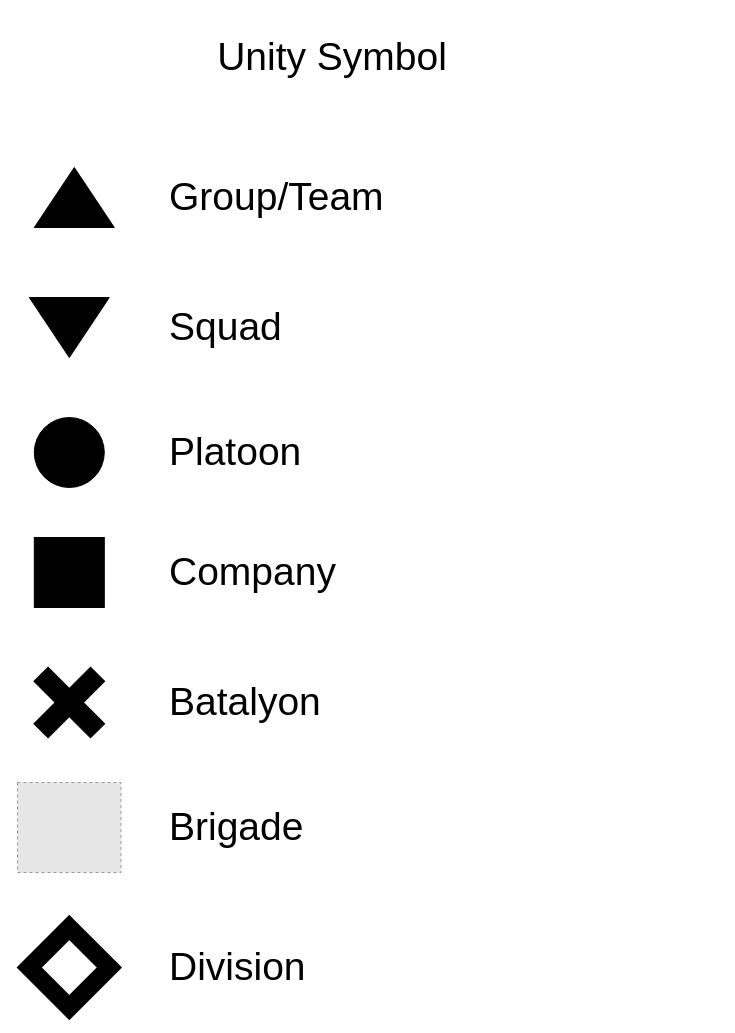
maulanaaghnii/propia keeps this draw.io diagram as Note Project Core/Unity Symbol.drawio. Above is the earlier version. Source tidied: cells renumbered, new cells numbered last; positions are measured from the earlier drawing's top-left corner, leaving out a move shared by most shapes. Both pictures are drawn from the tidied source at 100%, with x=0, y=0 at pixel (17, 17). Pictures stored in the file or linked from it are replaced by grey dashed boxes.
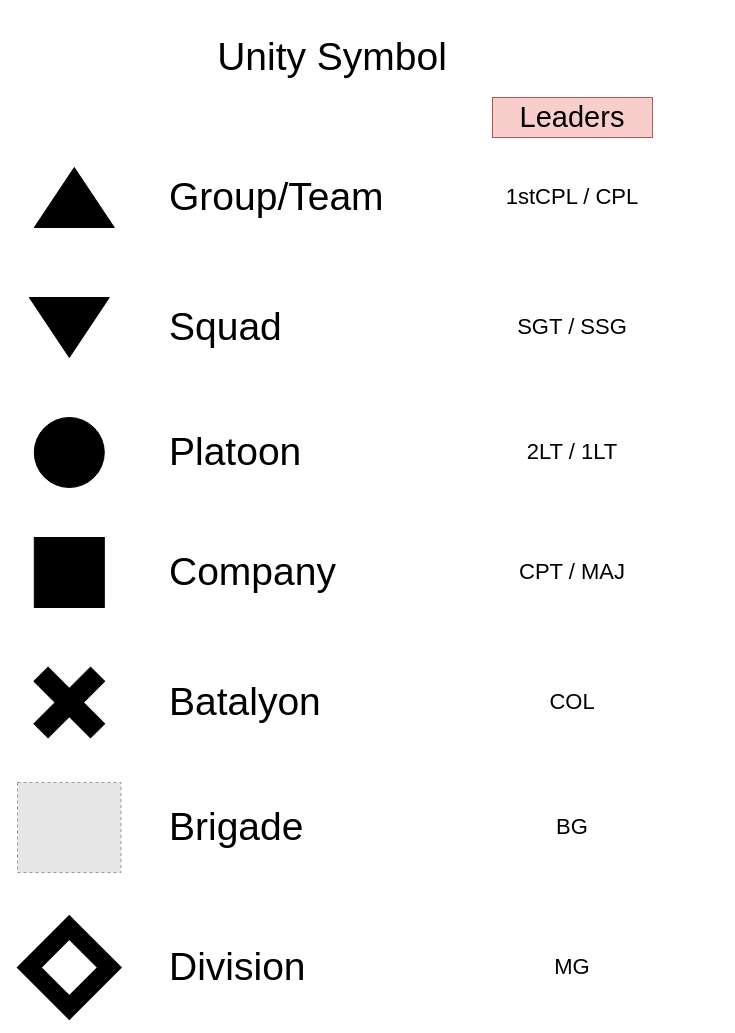
After the change.

Diff of the diagram source:
```diff
@@
     <mxCell id="11" value="&lt;span style=&quot;font-size: 39px&quot;&gt;Group/Team&lt;/span&gt;" style="text;html=1;strokeColor=none;fillColor=none;align=left;verticalAlign=middle;whiteSpace=wrap;rounded=0;" parent="1" vertex="1">
-      <mxGeometry x="150" y="140" width="400" height="80" as="geometry" />
+      <mxGeometry x="150" y="140" width="260" height="80" as="geometry" />
     </mxCell>
     <mxCell id="12" value="&lt;span style=&quot;font-size: 39px&quot;&gt;Squad&lt;/span&gt;" style="text;html=1;strokeColor=none;fillColor=none;align=left;verticalAlign=middle;whiteSpace=wrap;rounded=0;" parent="1" vertex="1">
-      <mxGeometry x="150" y="270" width="400" height="80" as="geometry" />
+      <mxGeometry x="150" y="270" width="260" height="80" as="geometry" />
     </mxCell>
     <mxCell id="13" value="&lt;span style=&quot;font-size: 39px&quot;&gt;Platoon&lt;/span&gt;" style="text;html=1;strokeColor=none;fillColor=none;align=left;verticalAlign=middle;whiteSpace=wrap;rounded=0;" parent="1" vertex="1">
-      <mxGeometry x="150" y="395" width="400" height="80" as="geometry" />
+      <mxGeometry x="150" y="395" width="260" height="80" as="geometry" />
     </mxCell>
     <mxCell id="14" value="&lt;span style=&quot;font-size: 39px&quot;&gt;Company&lt;/span&gt;" style="text;html=1;strokeColor=none;fillColor=none;align=left;verticalAlign=middle;whiteSpace=wrap;rounded=0;" parent="1" vertex="1">
-      <mxGeometry x="150" y="515" width="400" height="80" as="geometry" />
+      <mxGeometry x="150" y="515" width="260" height="80" as="geometry" />
     </mxCell>
     <mxCell id="15" value="&lt;span style=&quot;font-size: 39px&quot;&gt;Batalyon&lt;/span&gt;" style="text;html=1;strokeColor=none;fillColor=none;align=left;verticalAlign=middle;whiteSpace=wrap;rounded=0;" parent="1" vertex="1">
-      <mxGeometry x="150" y="645" width="400" height="80" as="geometry" />
+      <mxGeometry x="150" y="645" width="260" height="80" as="geometry" />
     </mxCell>
     <mxCell id="16" value="&lt;span style=&quot;font-size: 39px&quot;&gt;Division&lt;/span&gt;" style="text;html=1;strokeColor=none;fillColor=none;align=left;verticalAlign=middle;whiteSpace=wrap;rounded=0;" parent="1" vertex="1">
-      <mxGeometry x="150" y="910" width="400" height="80" as="geometry" />
+      <mxGeometry x="150" y="910" width="260" height="80" as="geometry" />
     </mxCell>
     <mxCell id="17" value="&lt;span style=&quot;font-size: 39px&quot;&gt;Brigade&lt;/span&gt;" style="text;html=1;strokeColor=none;fillColor=none;align=left;verticalAlign=middle;whiteSpace=wrap;rounded=0;" parent="1" vertex="1">
-      <mxGeometry x="150" y="770" width="400" height="80" as="geometry" />
+      <mxGeometry x="150" y="770" width="260" height="80" as="geometry" />
     </mxCell>
+    <mxCell id="18" value="&lt;font style=&quot;font-size: 29px&quot;&gt;Leaders&lt;/font&gt;" style="text;html=1;strokeColor=#b85450;fillColor=#f8cecc;align=center;verticalAlign=middle;whiteSpace=wrap;rounded=0;" parent="1" vertex="1">
+      <mxGeometry x="475" y="80" width="160" height="40" as="geometry" />
+    </mxCell>
+    <mxCell id="19" value="&lt;span style=&quot;font-size: 22px&quot;&gt;1stCPL / CPL&lt;/span&gt;" style="text;html=1;strokeColor=none;fillColor=none;align=center;verticalAlign=middle;whiteSpace=wrap;rounded=0;" parent="1" vertex="1">
+      <mxGeometry x="410" y="160" width="290" height="40" as="geometry" />
+    </mxCell>
+    <mxCell id="20" value="&lt;span style=&quot;font-size: 22px&quot;&gt;SGT / SSG&lt;/span&gt;" style="text;html=1;strokeColor=none;fillColor=none;align=center;verticalAlign=middle;whiteSpace=wrap;rounded=0;" parent="1" vertex="1">
+      <mxGeometry x="410" y="290" width="290" height="40" as="geometry" />
+    </mxCell>
+    <mxCell id="21" value="&lt;span style=&quot;font-size: 22px&quot;&gt;2LT / 1LT&lt;/span&gt;" style="text;html=1;strokeColor=none;fillColor=none;align=center;verticalAlign=middle;whiteSpace=wrap;rounded=0;" parent="1" vertex="1">
+      <mxGeometry x="410" y="415" width="290" height="40" as="geometry" />
+    </mxCell>
+    <mxCell id="22" value="&lt;span style=&quot;font-size: 22px&quot;&gt;CPT / MAJ&lt;/span&gt;" style="text;html=1;strokeColor=none;fillColor=none;align=center;verticalAlign=middle;whiteSpace=wrap;rounded=0;" parent="1" vertex="1">
+      <mxGeometry x="410" y="535" width="290" height="40" as="geometry" />
+    </mxCell>
+    <mxCell id="23" value="&lt;span style=&quot;font-size: 22px&quot;&gt;COL&lt;/span&gt;" style="text;html=1;strokeColor=none;fillColor=none;align=center;verticalAlign=middle;whiteSpace=wrap;rounded=0;" parent="1" vertex="1">
+      <mxGeometry x="410" y="665" width="290" height="40" as="geometry" />
+    </mxCell>
+    <mxCell id="24" value="&lt;span style=&quot;font-size: 22px&quot;&gt;BG&lt;/span&gt;" style="text;html=1;strokeColor=none;fillColor=none;align=center;verticalAlign=middle;whiteSpace=wrap;rounded=0;" parent="1" vertex="1">
+      <mxGeometry x="410" y="790" width="290" height="40" as="geometry" />
+    </mxCell>
+    <mxCell id="25" value="&lt;span style=&quot;font-size: 22px&quot;&gt;MG&lt;/span&gt;" style="text;html=1;strokeColor=none;fillColor=none;align=center;verticalAlign=middle;whiteSpace=wrap;rounded=0;" parent="1" vertex="1">
+      <mxGeometry x="410" y="930" width="290" height="40" as="geometry" />
+    </mxCell>
```
